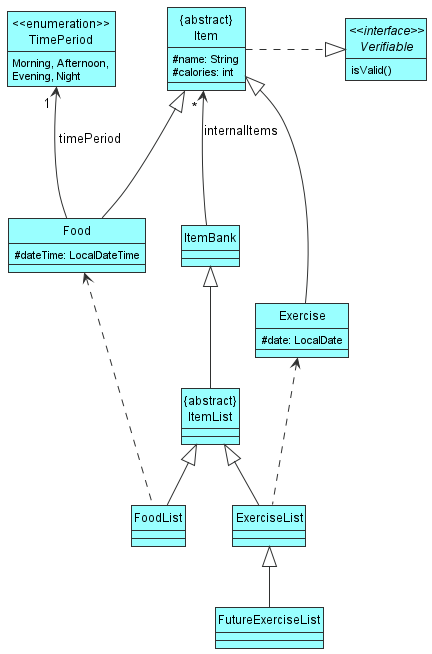
tryyang2001/tp keeps this PlantUML diagram as docs/images/ItemBankAndItemClassDiagram.png. Above is the earlier version.
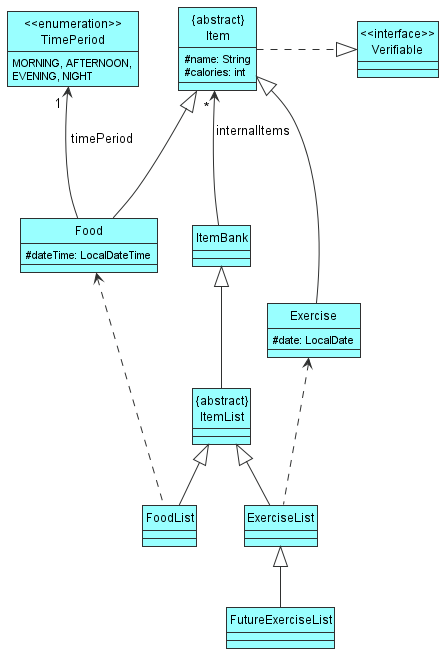
The same file after the commit.

Commit message:
update DG diagram and some explanations, change enum to all CAPS, update architecturediagram

What changed in the source:
```diff
@@ -7,12 +7,8 @@
 class "{abstract}\nItemList" as ItemList DATA_COLOUR
 class FoodList DATA_COLOUR
 class ExerciseList DATA_COLOUR
-
 class FutureExerciseList DATA_COLOUR
-interface "<<interface>>\nVerifiable" As Verifiable DATA_COLOUR {
-isValid()
-}
-
+class "<<interface>>\nVerifiable" As Verifiable DATA_COLOUR
 
 class "{abstract}\nItem" as Item DATA_COLOUR{
 #name: String
@@ -28,12 +24,11 @@
 }
 
 enum "<<enumeration>>\nTimePeriod" as TimePeriod DATA_COLOUR {
-Morning, Afternoon,
-Evening, Night
+MORNING, AFTERNOON,
+EVENING, NIGHT
 }
 
 hide TimePeriod method
-hide Verifiable field
 
 ItemBank <|-- ItemList
 ItemList <|-- FoodList
```
